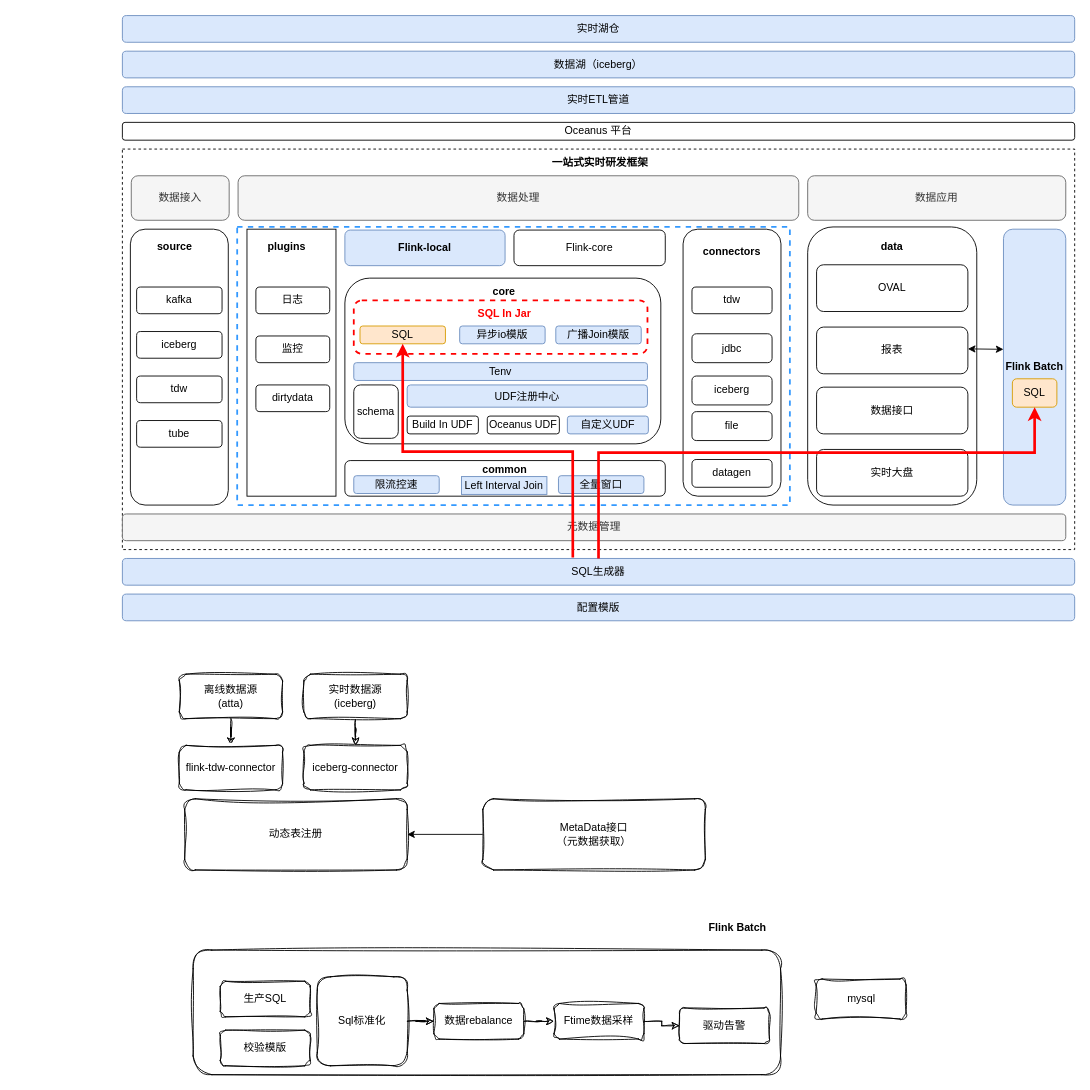
The draw.io diagram page "流批一体框架" (3 of 3) of 实时dataops-实时离线校验链路升级方案.drawio in Arthur-Lanc/drawio, before the edit. Source tidied: cells renumbered, new cells numbered last; positions are measured from the earlier drawing's top-left corner, leaving out a move shared by most shapes. Both pictures are drawn from the tidied source at 89%, with x=0, y=0 at pixel (122, 15).
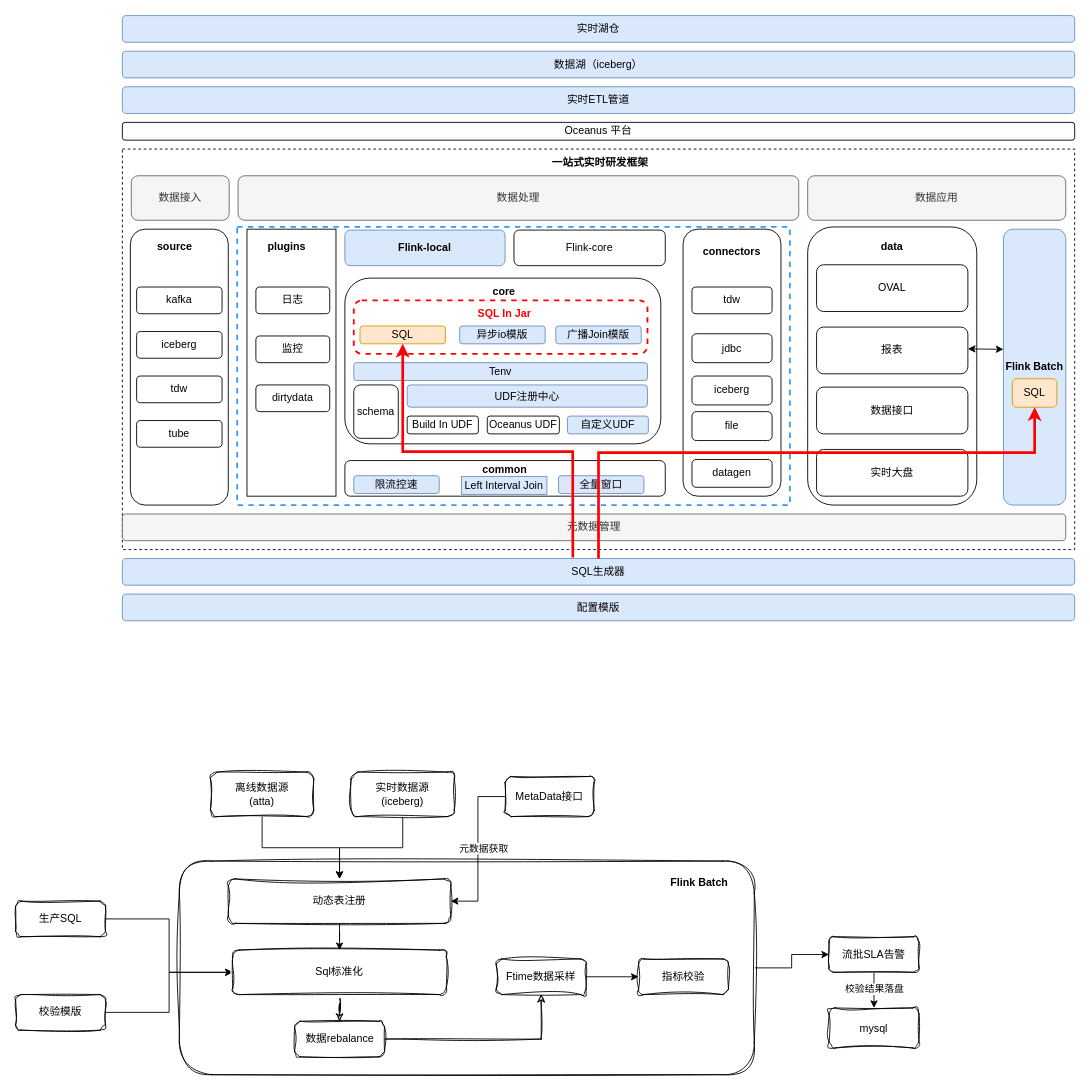
The same diagram, later.

Commit message:
更新实时dataops-实时离线校验链路升级方案.drawio

Change to the diagram source:
```diff
@@
+    <mxCell id="85" style="edgeStyle=orthogonalEdgeStyle;rounded=0;jettySize=auto;html=1;exitX=1;exitY=0.5;exitDx=0;exitDy=0;entryX=0;entryY=0.5;entryDx=0;entryDy=0;" parent="1" edge="1" source="2" target="81">
+      <mxGeometry relative="1" as="geometry" />
+    </mxCell>
     <mxCell id="2" style="rounded=1;whiteSpace=wrap;html=1;sketch=1;curveFitting=1;jiggle=2;shadow=0;" parent="1" vertex="1">
-      <mxGeometry x="79.5" y="1050" width="660" height="140" as="geometry" />
+      <mxGeometry x="64" y="950" width="646" height="240" as="geometry" />
     </mxCell>
@@
+    <mxCell id="86" style="edgeStyle=orthogonalEdgeStyle;rounded=0;jettySize=auto;html=1;exitX=1;exitY=0.5;exitDx=0;exitDy=0;entryX=0;entryY=0.5;entryDx=0;entryDy=0;" parent="1" edge="1" source="65" target="83">
+      <mxGeometry relative="1" as="geometry" />
+    </mxCell>
     <mxCell id="65" value="生产SQL" style="rounded=1;whiteSpace=wrap;html=1;sketch=1;curveFitting=1;jiggle=2;shadow=0;" parent="1" vertex="1">
-      <mxGeometry x="110" y="1085" width="101" height="40" as="geometry" />
+      <mxGeometry x="-120" y="995" width="101" height="40" as="geometry" />
     </mxCell>
-    <mxCell id="66" style="edgeStyle=orthogonalEdgeStyle;rounded=0;jettySize=auto;html=1;sketch=1;curveFitting=1;jiggle=2;shadow=0;" parent="1" edge="1" source="67" target="72">
-      <mxGeometry relative="1" as="geometry" />
-    </mxCell>
+    <mxCell id="87" style="edgeStyle=orthogonalEdgeStyle;rounded=0;jettySize=auto;html=1;exitX=0.5;exitY=1;exitDx=0;exitDy=0;entryX=0.5;entryY=0;entryDx=0;entryDy=0;" parent="1" edge="1" source="67" target="84">
+      <mxGeometry relative="1" as="geometry" />
+    </mxCell>
     <mxCell id="67" value="离线数据源&lt;br&gt;(atta)" style="rounded=1;whiteSpace=wrap;html=1;sketch=1;curveFitting=1;jiggle=2;shadow=0;" parent="1" vertex="1">
-      <mxGeometry x="64" y="740" width="116" height="50" as="geometry" />
+      <mxGeometry x="99" y="850" width="116" height="50" as="geometry" />
     </mxCell>
-    <mxCell id="68" style="edgeStyle=orthogonalEdgeStyle;rounded=0;jettySize=auto;html=1;sketch=1;curveFitting=1;jiggle=2;shadow=0;" parent="1" edge="1" source="69" target="73">
-      <mxGeometry relative="1" as="geometry" />
-    </mxCell>
+    <mxCell id="88" style="edgeStyle=orthogonalEdgeStyle;rounded=0;jettySize=auto;html=1;exitX=0.5;exitY=1;exitDx=0;exitDy=0;entryX=0.5;entryY=0;entryDx=0;entryDy=0;" parent="1" edge="1" source="69" target="84">
+      <mxGeometry relative="1" as="geometry" />
+    </mxCell>
     <mxCell id="69" value="实时数据源&lt;br&gt;(iceberg)" style="rounded=1;whiteSpace=wrap;html=1;sketch=1;curveFitting=1;jiggle=2;shadow=0;" parent="1" vertex="1">
-      <mxGeometry x="204" y="740" width="116" height="50" as="geometry" />
+      <mxGeometry x="257" y="850" width="116" height="50" as="geometry" />
     </mxCell>
     <mxCell id="70" value="mysql" style="rounded=1;whiteSpace=wrap;html=1;sketch=1;curveFitting=1;jiggle=2;shadow=0;" parent="1" vertex="1">
-      <mxGeometry x="779.5" y="1082.5" width="101" height="45" as="geometry" />
+      <mxGeometry x="794" y="1115" width="101" height="45" as="geometry" />
     </mxCell>
     <mxCell id="71" value="&lt;b&gt;Flink Batch&lt;/b&gt;" style="text;html=1;strokeColor=none;fillColor=none;align=center;verticalAlign=middle;whiteSpace=wrap;rounded=0;sketch=1;curveFitting=1;jiggle=2;shadow=0;" parent="1" vertex="1">
-      <mxGeometry x="653" y="1010" width="77" height="30" as="geometry" />
+      <mxGeometry x="610" y="960" width="77" height="30" as="geometry" />
     </mxCell>
-    <mxCell id="72" value="flink-tdw-connector" style="rounded=1;whiteSpace=wrap;html=1;sketch=1;curveFitting=1;jiggle=2;shadow=0;" parent="1" vertex="1">
-      <mxGeometry x="64" y="820" width="116" height="50" as="geometry" />
-    </mxCell>
-    <mxCell id="73" value="iceberg-connector" style="rounded=1;whiteSpace=wrap;html=1;sketch=1;curveFitting=1;jiggle=2;shadow=0;" parent="1" vertex="1">
-      <mxGeometry x="204" y="820" width="116" height="50" as="geometry" />
-    </mxCell>
-    <mxCell id="74" style="edgeStyle=orthogonalEdgeStyle;rounded=0;jettySize=auto;html=1;" parent="1" edge="1" source="75" target="84">
+    <mxCell id="74" style="edgeStyle=orthogonalEdgeStyle;rounded=0;jettySize=auto;html=1;exitX=0;exitY=0.5;exitDx=0;exitDy=0;entryX=1;entryY=0.5;entryDx=0;entryDy=0;" parent="1" edge="1" source="75" target="84">
       <mxGeometry relative="1" as="geometry" />
     </mxCell>
+    <mxCell id="89" value="元数据获取" style="edgeLabel;html=1;align=center;verticalAlign=middle;" parent="74" vertex="1">
+      <mxGeometry x="0.01" y="2" relative="1" as="geometry">
+        <mxPoint x="4" y="-2" as="offset" />
+      </mxGeometry>
+    </mxCell>
-    <mxCell id="75" value="MetaData接口&lt;br&gt;（元数据获取）" style="rounded=1;whiteSpace=wrap;html=1;sketch=1;curveFitting=1;jiggle=2;shadow=0;" parent="1" vertex="1">
-      <mxGeometry x="405" y="880" width="250" height="80" as="geometry" />
+    <mxCell id="75" value="MetaData接口" style="rounded=1;whiteSpace=wrap;html=1;sketch=1;curveFitting=1;jiggle=2;shadow=0;" parent="1" vertex="1">
+      <mxGeometry x="430" y="855" width="100" height="45" as="geometry" />
     </mxCell>
+    <mxCell id="90" style="edgeStyle=orthogonalEdgeStyle;rounded=0;jettySize=auto;html=1;exitX=1;exitY=0.5;exitDx=0;exitDy=0;entryX=0;entryY=0.5;entryDx=0;entryDy=0;" parent="1" edge="1" source="76" target="83">
+      <mxGeometry relative="1" as="geometry" />
+    </mxCell>
     <mxCell id="76" value="校验模版" style="rounded=1;whiteSpace=wrap;html=1;sketch=1;curveFitting=1;jiggle=2;shadow=0;" parent="1" vertex="1">
-      <mxGeometry x="110" y="1140" width="101" height="40" as="geometry" />
+      <mxGeometry x="-120" y="1100" width="101" height="40" as="geometry" />
     </mxCell>
@@
     <mxCell id="78" value="数据rebalance" style="rounded=1;whiteSpace=wrap;html=1;sketch=1;curveFitting=1;jiggle=2;shadow=0;" parent="1" vertex="1">
-      <mxGeometry x="350" y="1110" width="101" height="40" as="geometry" />
+      <mxGeometry x="193.5" y="1130" width="101" height="40" as="geometry" />
     </mxCell>
-    <mxCell id="79" style="edgeStyle=orthogonalEdgeStyle;rounded=0;jettySize=auto;html=1;sketch=1;curveFitting=1;jiggle=2;shadow=0;" parent="1" edge="1" source="80" target="81">
-      <mxGeometry relative="1" as="geometry" />
-    </mxCell>
+    <mxCell id="91" style="edgeStyle=orthogonalEdgeStyle;rounded=0;jettySize=auto;html=1;" parent="1" edge="1" source="80" target="95">
+      <mxGeometry relative="1" as="geometry" />
+    </mxCell>
     <mxCell id="80" value="Ftime数据采样" style="rounded=1;whiteSpace=wrap;html=1;sketch=1;curveFitting=1;jiggle=2;shadow=0;" parent="1" vertex="1">
-      <mxGeometry x="485" y="1110" width="101" height="40" as="geometry" />
+      <mxGeometry x="420" y="1060" width="101" height="40" as="geometry" />
     </mxCell>
+    <mxCell id="92" style="edgeStyle=orthogonalEdgeStyle;rounded=0;jettySize=auto;html=1;" parent="1" edge="1" source="81" target="70">
+      <mxGeometry relative="1" as="geometry" />
+    </mxCell>
+    <mxCell id="93" value="校验结果落盘" style="edgeLabel;html=1;align=center;verticalAlign=middle;" parent="92" vertex="1">
+      <mxGeometry x="-0.09" relative="1" as="geometry" />
+    </mxCell>
-    <mxCell id="81" value="驱动告警" style="rounded=1;whiteSpace=wrap;html=1;sketch=1;curveFitting=1;jiggle=2;shadow=0;" parent="1" vertex="1">
-      <mxGeometry x="626" y="1115" width="101" height="40" as="geometry" />
+    <mxCell id="81" value="流批SLA告警" style="rounded=1;whiteSpace=wrap;html=1;sketch=1;curveFitting=1;jiggle=2;shadow=0;" parent="1" vertex="1">
+      <mxGeometry x="794" y="1035" width="101" height="40" as="geometry" />
     </mxCell>
@@
     <mxCell id="83" value="Sql标准化" style="rounded=1;whiteSpace=wrap;html=1;sketch=1;curveFitting=1;jiggle=2;shadow=0;" parent="1" vertex="1">
-      <mxGeometry x="219" y="1080" width="101" height="100" as="geometry" />
+      <mxGeometry x="124" y="1050" width="240" height="50" as="geometry" />
     </mxCell>
+    <mxCell id="94" style="edgeStyle=orthogonalEdgeStyle;rounded=0;jettySize=auto;html=1;" parent="1" edge="1" source="84" target="83">
+      <mxGeometry relative="1" as="geometry" />
+    </mxCell>
     <mxCell id="84" value="动态表注册" style="rounded=1;whiteSpace=wrap;html=1;sketch=1;curveFitting=1;jiggle=2;shadow=0;" parent="1" vertex="1">
-      <mxGeometry x="70" y="880" width="250" height="80" as="geometry" />
+      <mxGeometry x="119" y="970" width="250" height="50" as="geometry" />
     </mxCell>
+    <mxCell id="95" value="指标校验" style="rounded=1;whiteSpace=wrap;html=1;sketch=1;curveFitting=1;jiggle=2;shadow=0;" parent="1" vertex="1">
+      <mxGeometry x="580" y="1060" width="101" height="40" as="geometry" />
+    </mxCell>
```
